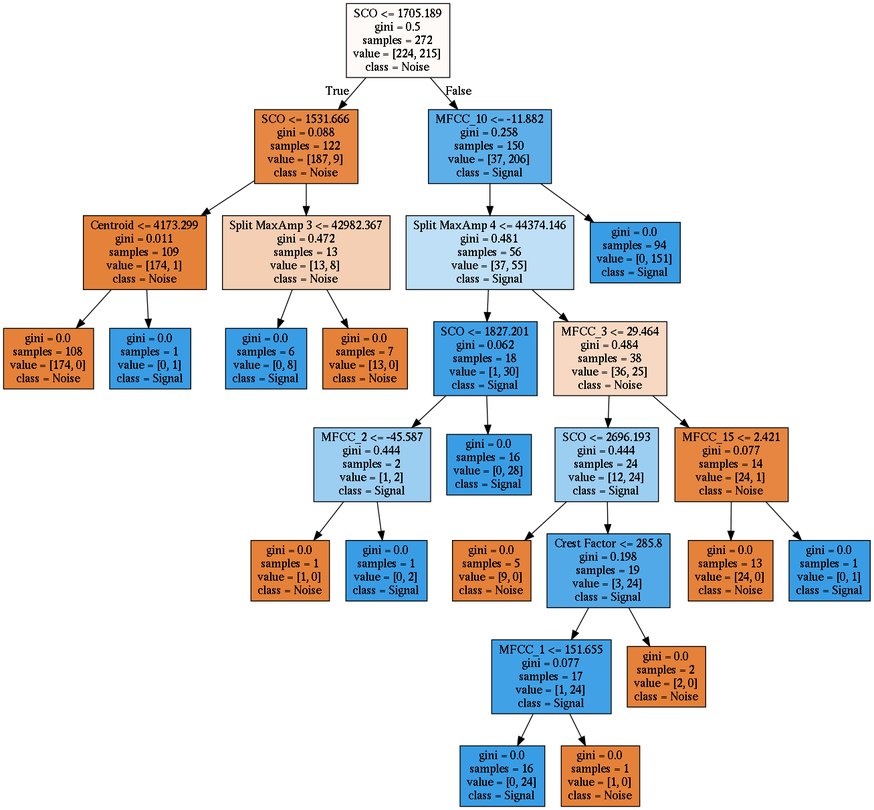
Above: Classifier/tree.dot.png in Waclaw-Nietzsche/Diploma (Graphviz), before the change. Its source is kept beside it as Classifier/tree.dot.
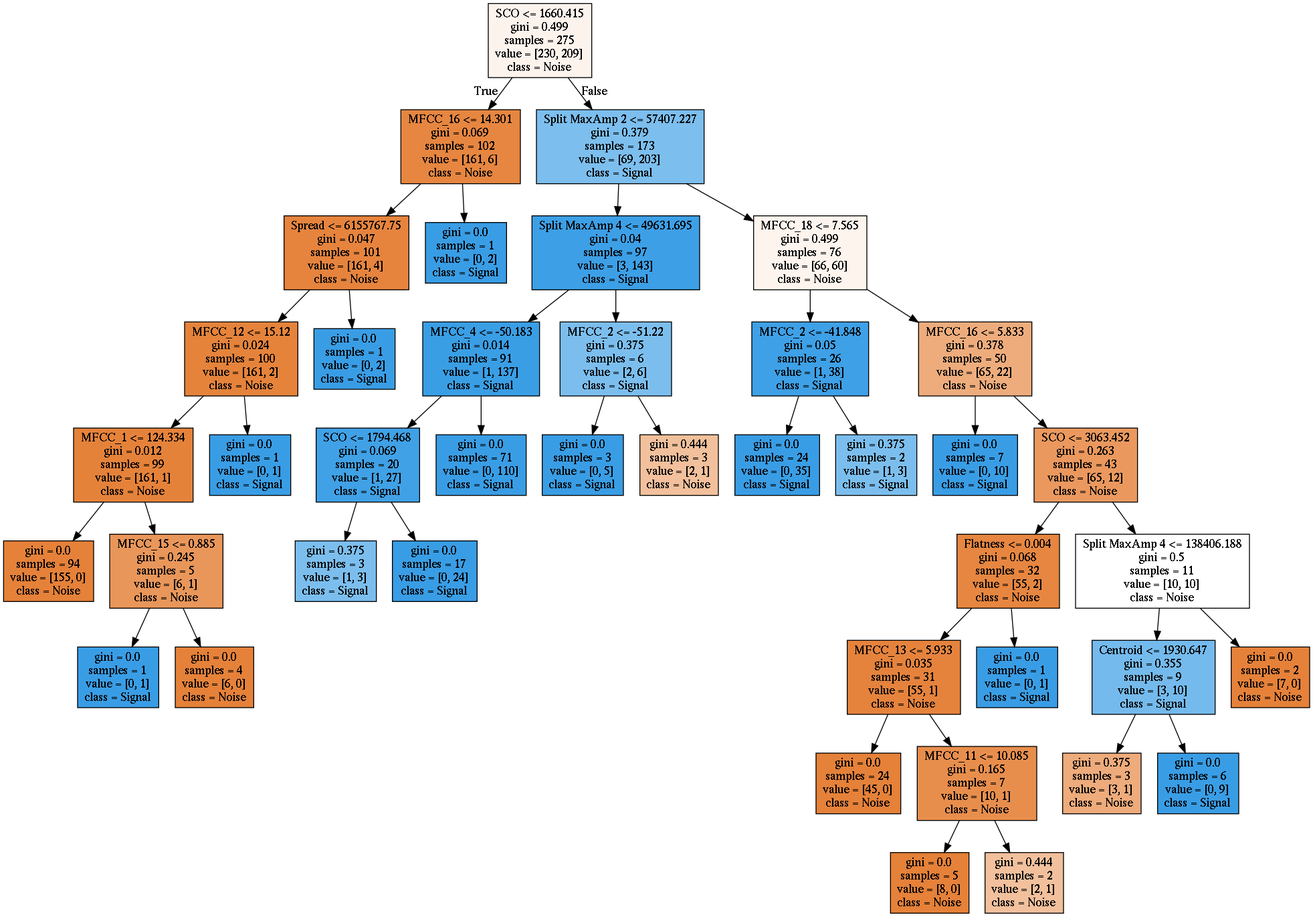
After the commit.

Diff of the diagram source:
```diff
@@ -1,56 +1,84 @@
 digraph Tree {
 node [shape=box, style="filled", color="black"] ;
-0 [label="SCO <= 1705.189\ngini = 0.5\nsamples = 272\nvalue = [224, 215]\nclass = Noise", fillcolor="#fefaf7"] ;
-1 [label="SCO <= 1531.666\ngini = 0.088\nsamples = 122\nvalue = [187, 9]\nclass = Noise", fillcolor="#e68743"] ;
+0 [label="SCO <= 1660.415\ngini = 0.499\nsamples = 275\nvalue = [230, 209]\nclass = Noise", fillcolor="#fdf3ed"] ;
+1 [label="MFCC_16 <= 14.301\ngini = 0.069\nsamples = 102\nvalue = [161, 6]\nclass = Noise", fillcolor="#e68640"] ;
 0 -> 1 [labeldistance=2.5, labelangle=45, headlabel="True"] ;
-11 [label="Centroid <= 4173.299\ngini = 0.011\nsamples = 109\nvalue = [174, 1]\nclass = Noise", fillcolor="#e5823a"] ;
-1 -> 11 ;
-17 [label="gini = 0.0\nsamples = 108\nvalue = [174, 0]\nclass = Noise", fillcolor="#e58139"] ;
+13 [label="Spread <= 6155767.75\ngini = 0.047\nsamples = 101\nvalue = [161, 4]\nclass = Noise", fillcolor="#e6843e"] ;
+1 -> 13 ;
+15 [label="MFCC_12 <= 15.12\ngini = 0.024\nsamples = 100\nvalue = [161, 2]\nclass = Noise", fillcolor="#e5833b"] ;
+13 -> 15 ;
+19 [label="MFCC_1 <= 124.334\ngini = 0.012\nsamples = 99\nvalue = [161, 1]\nclass = Noise", fillcolor="#e5823a"] ;
+15 -> 19 ;
+29 [label="gini = 0.0\nsamples = 94\nvalue = [155, 0]\nclass = Noise", fillcolor="#e58139"] ;
+19 -> 29 ;
+30 [label="MFCC_15 <= 0.885\ngini = 0.245\nsamples = 5\nvalue = [6, 1]\nclass = Noise", fillcolor="#e9965a"] ;
+19 -> 30 ;
+31 [label="gini = 0.0\nsamples = 1\nvalue = [0, 1]\nclass = Signal", fillcolor="#399de5"] ;
+30 -> 31 ;
+32 [label="gini = 0.0\nsamples = 4\nvalue = [6, 0]\nclass = Noise", fillcolor="#e58139"] ;
+30 -> 32 ;
+20 [label="gini = 0.0\nsamples = 1\nvalue = [0, 1]\nclass = Signal", fillcolor="#399de5"] ;
+15 -> 20 ;
+16 [label="gini = 0.0\nsamples = 1\nvalue = [0, 2]\nclass = Signal", fillcolor="#399de5"] ;
+13 -> 16 ;
+14 [label="gini = 0.0\nsamples = 1\nvalue = [0, 2]\nclass = Signal", fillcolor="#399de5"] ;
+1 -> 14 ;
+2 [label="Split MaxAmp 2 <= 57407.227\ngini = 0.379\nsamples = 173\nvalue = [69, 203]\nclass = Signal", fillcolor="#7cbeee"] ;
+0 -> 2 [labeldistance=2.5, labelangle=-45, headlabel="False"] ;
+3 [label="Split MaxAmp 4 <= 49631.695\ngini = 0.04\nsamples = 97\nvalue = [3, 143]\nclass = Signal", fillcolor="#3d9fe6"] ;
+2 -> 3 ;
+23 [label="MFCC_4 <= -50.183\ngini = 0.014\nsamples = 91\nvalue = [1, 137]\nclass = Signal", fillcolor="#3a9ee5"] ;
+3 -> 23 ;
+37 [label="SCO <= 1794.468\ngini = 0.069\nsamples = 20\nvalue = [1, 27]\nclass = Signal", fillcolor="#40a1e6"] ;
+23 -> 37 ;
+39 [label="gini = 0.375\nsamples = 3\nvalue = [1, 3]\nclass = Signal", fillcolor="#7bbeee"] ;
+37 -> 39 ;
+40 [label="gini = 0.0\nsamples = 17\nvalue = [0, 24]\nclass = Signal", fillcolor="#399de5"] ;
+37 -> 40 ;
+38 [label="gini = 0.0\nsamples = 71\nvalue = [0, 110]\nclass = Signal", fillcolor="#399de5"] ;
+23 -> 38 ;
+24 [label="MFCC_2 <= -51.22\ngini = 0.375\nsamples = 6\nvalue = [2, 6]\nclass = Signal", fillcolor="#7bbeee"] ;
+3 -> 24 ;
+25 [label="gini = 0.0\nsamples = 3\nvalue = [0, 5]\nclass = Signal", fillcolor="#399de5"] ;
+24 -> 25 ;
+26 [label="gini = 0.444\nsamples = 3\nvalue = [2, 1]\nclass = Noise", fillcolor="#f2c09c"] ;
+24 -> 26 ;
+4 [label="MFCC_18 <= 7.565\ngini = 0.499\nsamples = 76\nvalue = [66, 60]\nclass = Noise", fillcolor="#fdf4ed"] ;
+2 -> 4 ;
+5 [label="MFCC_2 <= -41.848\ngini = 0.05\nsamples = 26\nvalue = [1, 38]\nclass = Signal", fillcolor="#3ea0e6"] ;
+4 -> 5 ;
+27 [label="gini = 0.0\nsamples = 24\nvalue = [0, 35]\nclass = Signal", fillcolor="#399de5"] ;
+5 -> 27 ;
+28 [label="gini = 0.375\nsamples = 2\nvalue = [1, 3]\nclass = Signal", fillcolor="#7bbeee"] ;
+5 -> 28 ;
+6 [label="MFCC_16 <= 5.833\ngini = 0.378\nsamples = 50\nvalue = [65, 22]\nclass = Noise", fillcolor="#eeac7c"] ;
+4 -> 6 ;
+7 [label="gini = 0.0\nsamples = 7\nvalue = [0, 10]\nclass = Signal", fillcolor="#399de5"] ;
+6 -> 7 ;
+8 [label="SCO <= 3063.452\ngini = 0.263\nsamples = 43\nvalue = [65, 12]\nclass = Noise", fillcolor="#ea985e"] ;
+6 -> 8 ;
+9 [label="Flatness <= 0.004\ngini = 0.068\nsamples = 32\nvalue = [55, 2]\nclass = Noise", fillcolor="#e68640"] ;
+8 -> 9 ;
+21 [label="MFCC_13 <= 5.933\ngini = 0.035\nsamples = 31\nvalue = [55, 1]\nclass = Noise", fillcolor="#e5833d"] ;
+9 -> 21 ;
+33 [label="gini = 0.0\nsamples = 24\nvalue = [45, 0]\nclass = Noise", fillcolor="#e58139"] ;
+21 -> 33 ;
+34 [label="MFCC_11 <= 10.085\ngini = 0.165\nsamples = 7\nvalue = [10, 1]\nclass = Noise", fillcolor="#e88e4d"] ;
+21 -> 34 ;
+35 [label="gini = 0.0\nsamples = 5\nvalue = [8, 0]\nclass = Noise", fillcolor="#e58139"] ;
+34 -> 35 ;
+36 [label="gini = 0.444\nsamples = 2\nvalue = [2, 1]\nclass = Noise", fillcolor="#f2c09c"] ;
+34 -> 36 ;
+22 [label="gini = 0.0\nsamples = 1\nvalue = [0, 1]\nclass = Signal", fillcolor="#399de5"] ;
+9 -> 22 ;
+10 [label="Split MaxAmp 4 <= 138406.188\ngini = 0.5\nsamples = 11\nvalue = [10, 10]\nclass = Noise", fillcolor="#ffffff"] ;
+8 -> 10 ;
+11 [label="Centroid <= 1930.647\ngini = 0.355\nsamples = 9\nvalue = [3, 10]\nclass = Signal", fillcolor="#74baed"] ;
+10 -> 11 ;
+17 [label="gini = 0.375\nsamples = 3\nvalue = [3, 1]\nclass = Noise", fillcolor="#eeab7b"] ;
 11 -> 17 ;
-18 [label="gini = 0.0\nsamples = 1\nvalue = [0, 1]\nclass = Signal", fillcolor="#399de5"] ;
+18 [label="gini = 0.0\nsamples = 6\nvalue = [0, 9]\nclass = Signal", fillcolor="#399de5"] ;
 11 -> 18 ;
-12 [label="Split MaxAmp 3 <= 42982.367\ngini = 0.472\nsamples = 13\nvalue = [13, 8]\nclass = Noise", fillcolor="#f5cfb3"] ;
-1 -> 12 ;
-13 [label="gini = 0.0\nsamples = 6\nvalue = [0, 8]\nclass = Signal", fillcolor="#399de5"] ;
-12 -> 13 ;
-14 [label="gini = 0.0\nsamples = 7\nvalue = [13, 0]\nclass = Noise", fillcolor="#e58139"] ;
-12 -> 14 ;
-2 [label="MFCC_10 <= -11.882\ngini = 0.258\nsamples = 150\nvalue = [37, 206]\nclass = Signal", fillcolor="#5dafea"] ;
-0 -> 2 [labeldistance=2.5, labelangle=-45, headlabel="False"] ;
-3 [label="Split MaxAmp 4 <= 44374.146\ngini = 0.481\nsamples = 56\nvalue = [37, 55]\nclass = Signal", fillcolor="#bedff6"] ;
-2 -> 3 ;
-5 [label="SCO <= 1827.201\ngini = 0.062\nsamples = 18\nvalue = [1, 30]\nclass = Signal", fillcolor="#40a0e6"] ;
-3 -> 5 ;
-23 [label="MFCC_2 <= -45.587\ngini = 0.444\nsamples = 2\nvalue = [1, 2]\nclass = Signal", fillcolor="#9ccef2"] ;
-5 -> 23 ;
-25 [label="gini = 0.0\nsamples = 1\nvalue = [1, 0]\nclass = Noise", fillcolor="#e58139"] ;
-23 -> 25 ;
-26 [label="gini = 0.0\nsamples = 1\nvalue = [0, 2]\nclass = Signal", fillcolor="#399de5"] ;
-23 -> 26 ;
-24 [label="gini = 0.0\nsamples = 16\nvalue = [0, 28]\nclass = Signal", fillcolor="#399de5"] ;
-5 -> 24 ;
-6 [label="MFCC_3 <= 29.464\ngini = 0.484\nsamples = 38\nvalue = [36, 25]\nclass = Noise", fillcolor="#f7d8c2"] ;
-3 -> 6 ;
-7 [label="SCO <= 2696.193\ngini = 0.444\nsamples = 24\nvalue = [12, 24]\nclass = Signal", fillcolor="#9ccef2"] ;
-6 -> 7 ;
-9 [label="gini = 0.0\nsamples = 5\nvalue = [9, 0]\nclass = Noise", fillcolor="#e58139"] ;
-7 -> 9 ;
-10 [label="Crest Factor <= 285.8\ngini = 0.198\nsamples = 19\nvalue = [3, 24]\nclass = Signal", fillcolor="#52a9e8"] ;
-7 -> 10 ;
-15 [label="MFCC_1 <= 151.655\ngini = 0.077\nsamples = 17\nvalue = [1, 24]\nclass = Signal", fillcolor="#41a1e6"] ;
-10 -> 15 ;
-21 [label="gini = 0.0\nsamples = 16\nvalue = [0, 24]\nclass = Signal", fillcolor="#399de5"] ;
-15 -> 21 ;
-22 [label="gini = 0.0\nsamples = 1\nvalue = [1, 0]\nclass = Noise", fillcolor="#e58139"] ;
-15 -> 22 ;
-16 [label="gini = 0.0\nsamples = 2\nvalue = [2, 0]\nclass = Noise", fillcolor="#e58139"] ;
-10 -> 16 ;
-8 [label="MFCC_15 <= 2.421\ngini = 0.077\nsamples = 14\nvalue = [24, 1]\nclass = Noise", fillcolor="#e68641"] ;
-6 -> 8 ;
-19 [label="gini = 0.0\nsamples = 13\nvalue = [24, 0]\nclass = Noise", fillcolor="#e58139"] ;
-8 -> 19 ;
-20 [label="gini = 0.0\nsamples = 1\nvalue = [0, 1]\nclass = Signal", fillcolor="#399de5"] ;
-8 -> 20 ;
-4 [label="gini = 0.0\nsamples = 94\nvalue = [0, 151]\nclass = Signal", fillcolor="#399de5"] ;
-2 -> 4 ;
+12 [label="gini = 0.0\nsamples = 2\nvalue = [7, 0]\nclass = Noise", fillcolor="#e58139"] ;
+10 -> 12 ;
 }
```
